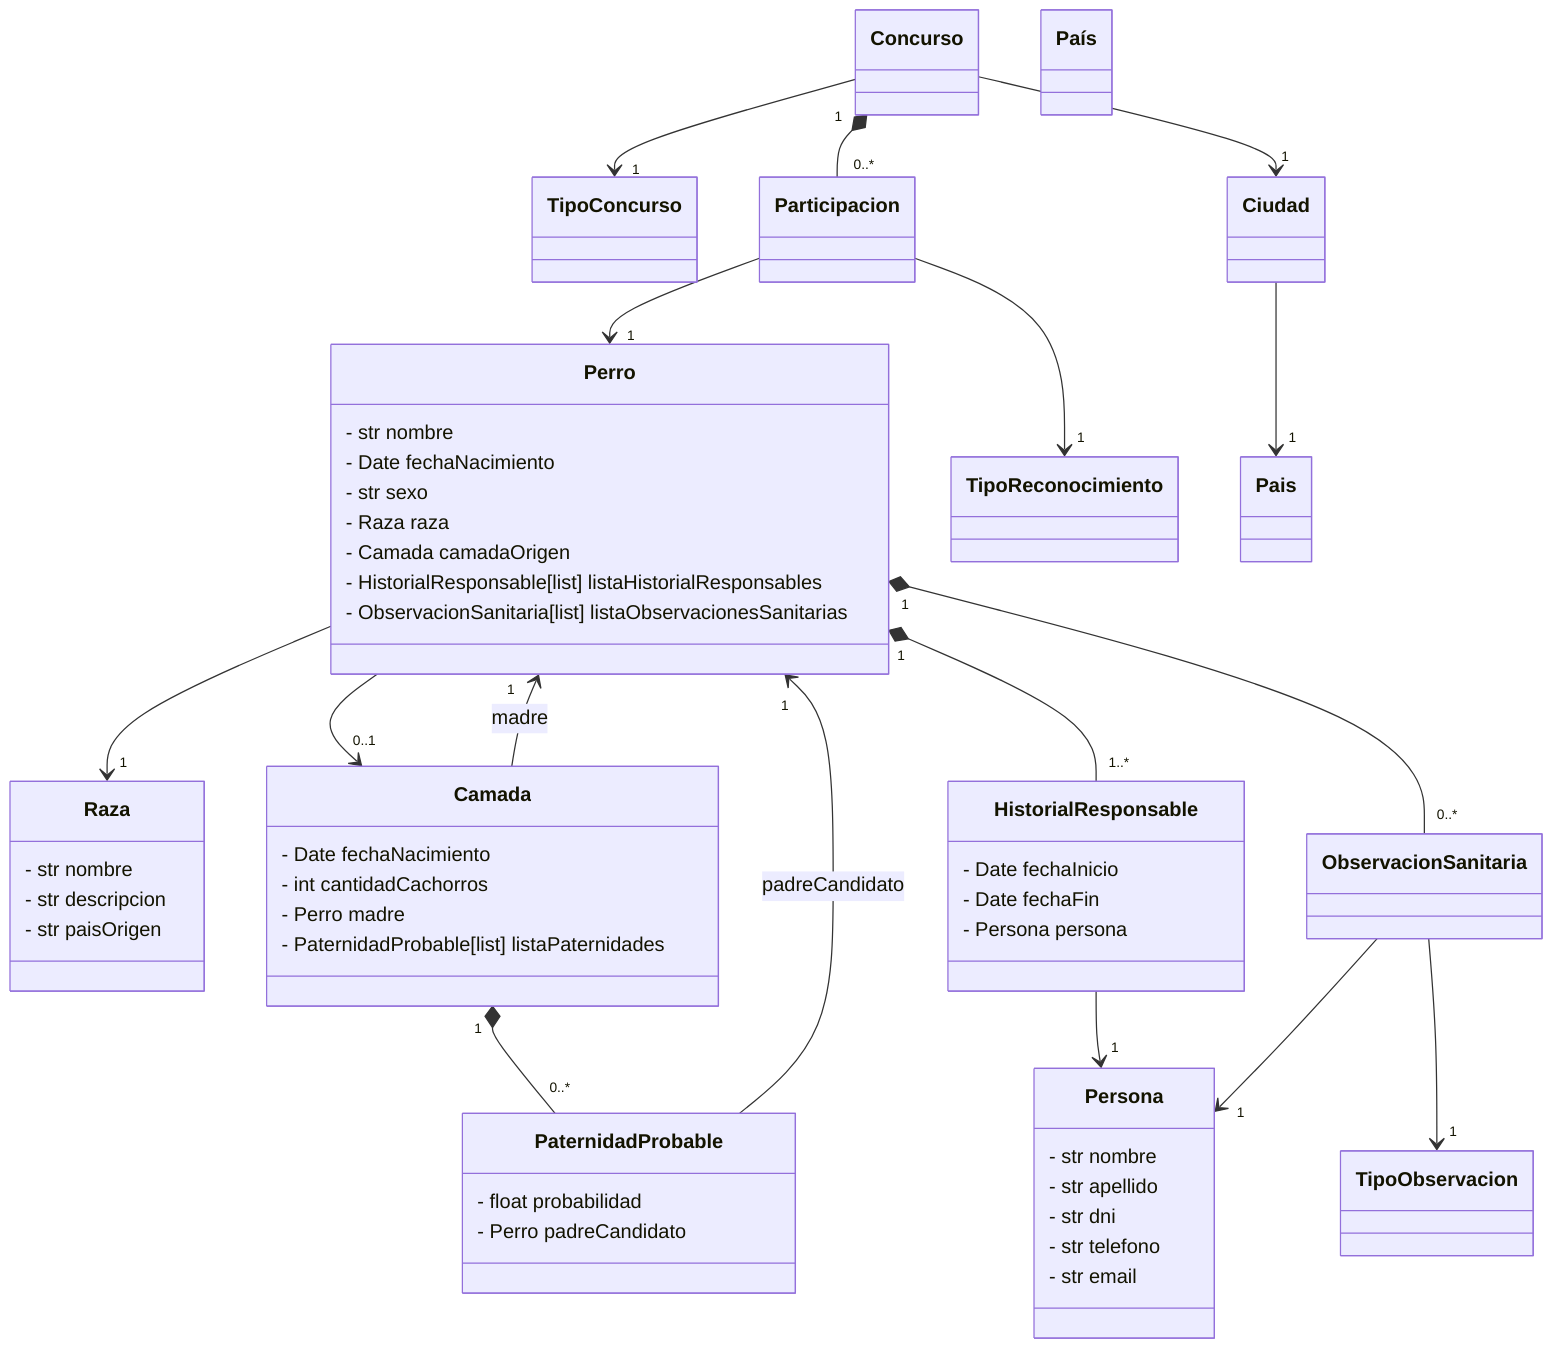
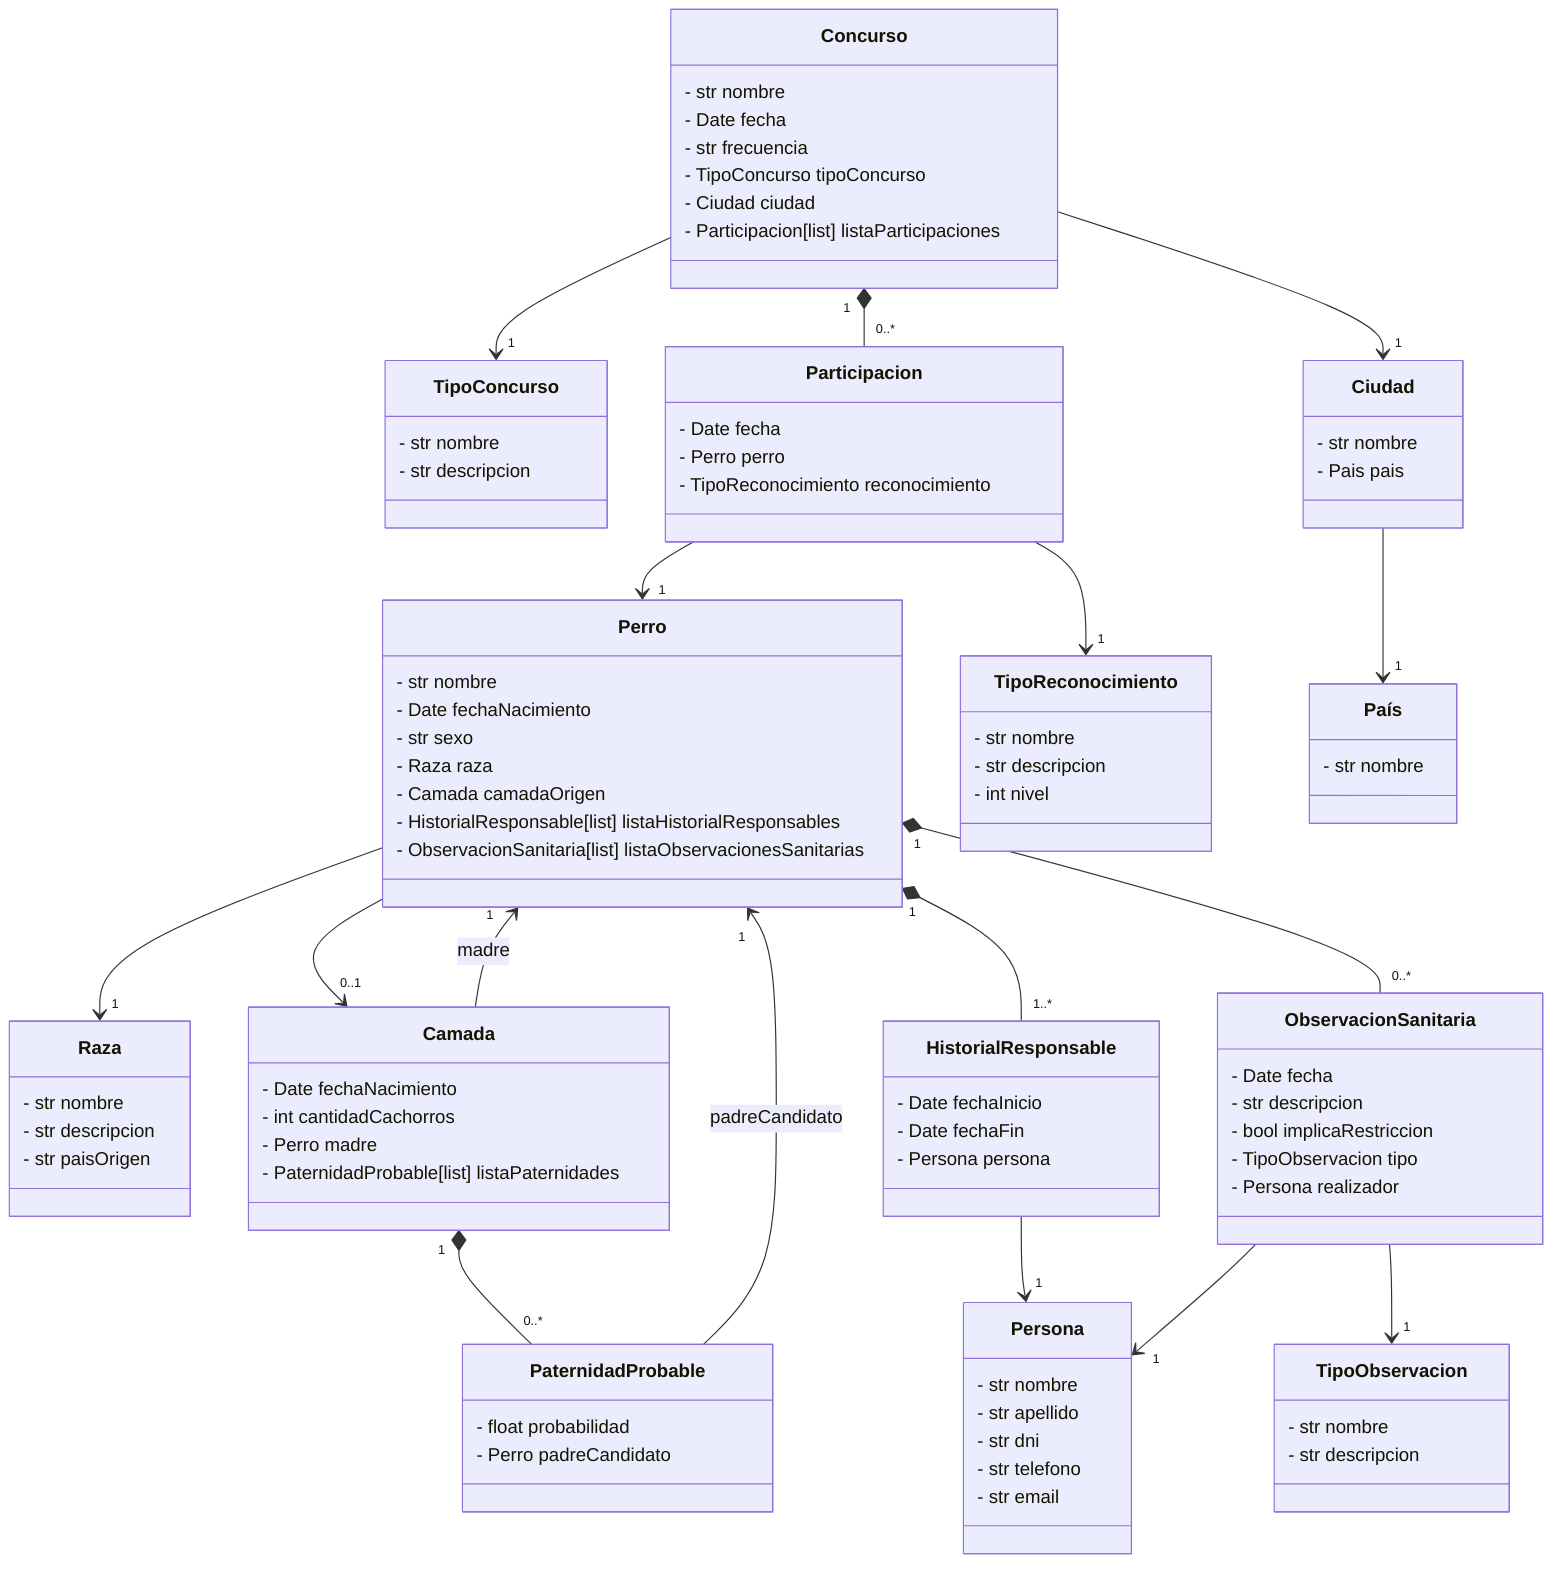
classDiagram

    class Perro {
        - str nombre
        - Date fechaNacimiento
        - str sexo
        - Raza raza
        - Camada camadaOrigen
        - HistorialResponsable[list] listaHistorialResponsables
        - ObservacionSanitaria[list] listaObservacionesSanitarias
    }

    class Raza {
        - str nombre
        - str descripcion
        - str paisOrigen
    }

    class Camada {
        - Date fechaNacimiento
        - int cantidadCachorros
        - Perro madre
        - PaternidadProbable[list] listaPaternidades
    }

    class PaternidadProbable {
        - float probabilidad
        - Perro padreCandidato
    }

    class HistorialResponsable {
        - Date fechaInicio
        - Date fechaFin
        - Persona persona
    }

    class Persona {
        - str nombre
        - str apellido
        - str dni
        - str telefono
        - str email
    }

    class Concurso {
- 
+         - str nombre
+         - Date fecha
+         - str frecuencia
+         - TipoConcurso tipoConcurso
+         - Ciudad ciudad
+         - Participacion[list] listaParticipaciones
    }

    class TipoConcurso {
- 
+         - str nombre
+         - str descripcion
    }

    class Participacion {
- 
+         - Date fecha
+         - Perro perro
+         - TipoReconocimiento reconocimiento
    }

    class TipoReconocimiento {
- 
+         - str nombre
+         - str descripcion
+         - int nivel
    }

    class Ciudad {
- 
+         - str nombre
+         - Pais pais
    }

    class País {
- 
+         - str nombre
    }

    class ObservacionSanitaria {
- 
+         - Date fecha
+         - str descripcion
+         - bool implicaRestriccion
+         - TipoObservacion tipo
+         - Persona realizador
    }

    class TipoObservacion {
- 
+         - str nombre
+         - str descripcion
    }

    Perro --> "1" Raza
    Perro --> "0..1" Camada
    Camada --> "1" Perro : madre
    Camada "1" *-- "0..*" PaternidadProbable
    PaternidadProbable --> "1" Perro : padreCandidato
    Perro "1" *-- "1..*" HistorialResponsable
    HistorialResponsable --> "1" Persona
    Concurso --> "1" TipoConcurso
    Concurso --> "1" Ciudad
-     Ciudad --> "1" Pais
+     Ciudad --> "1" País
    Concurso "1" *-- "0..*" Participacion
    Participacion --> "1" Perro
    Participacion --> "1" TipoReconocimiento
    Perro "1" *-- "0..*" ObservacionSanitaria
    ObservacionSanitaria --> "1" TipoObservacion
    ObservacionSanitaria --> "1" Persona